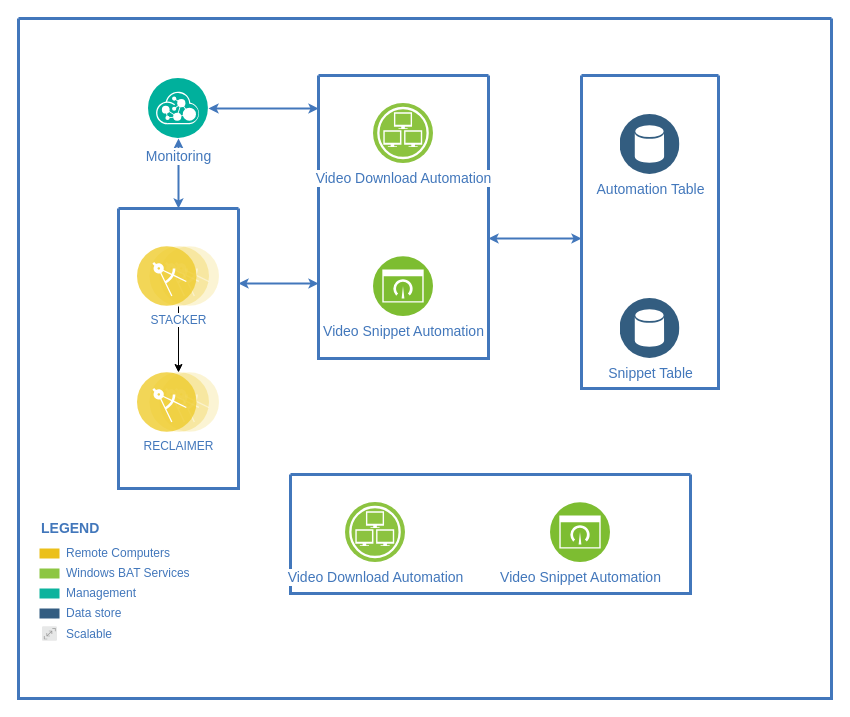
This is dotnetix_architecture.drawio from Raptor-Tech/Diagram, a draw.io file, before an edit. Source tidied: cells renumbered, new cells numbered last; positions are measured from the earlier drawing's top-left corner, leaving out a move shared by most shapes. Both pictures are drawn from the tidied source at 100%, with x=0, y=0 at pixel (18, 18).
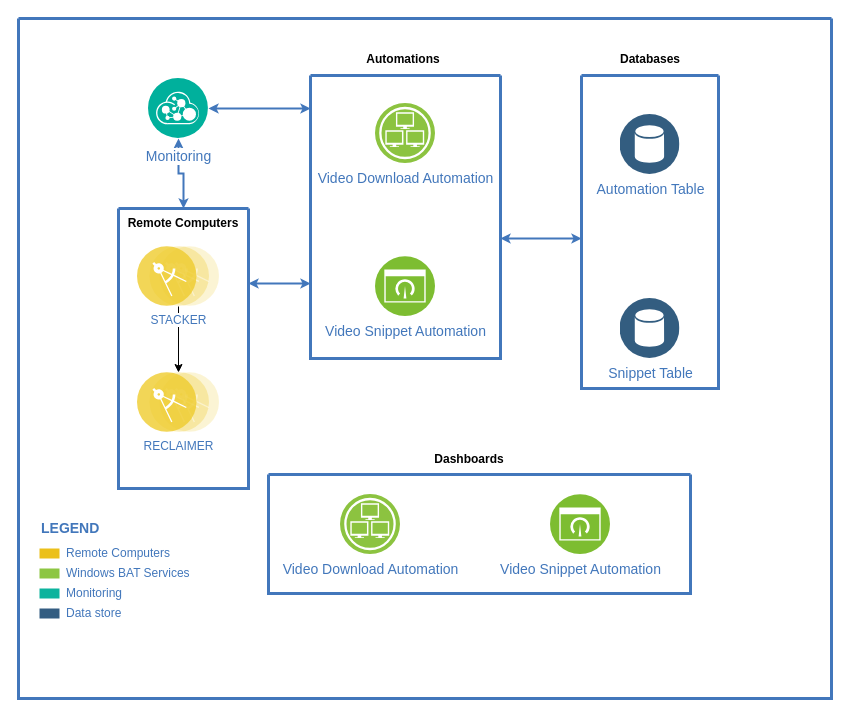
After the change.

Unchanged cells that the change refers to:
```xml
<mxCell id="2" style="swimlane;shadow=0;strokeColor=#4277BB;fillColor=#ffffff;fontColor=#4277BB;align=right;startSize=0;strokeWidth=3;" parent="1" vertex="1">
  <mxGeometry width="813" height="680" as="geometry" />
</mxCell>
```

The edit, as a diff of the source:
```diff
@@
-    <mxCell id="9" value="Management" style="rounded=0;html=1;shadow=0;labelBackgroundColor=none;strokeColor=none;strokeWidth=2;fillColor=#0DB39D;gradientColor=none;fontSize=12;fontColor=#4277BB;align=left;labelPosition=right;verticalLabelPosition=middle;verticalAlign=middle;spacingLeft=5;" parent="2" vertex="1">
+    <mxCell id="9" value="Monitoring" style="rounded=0;html=1;shadow=0;labelBackgroundColor=none;strokeColor=none;strokeWidth=2;fillColor=#0DB39D;gradientColor=none;fontSize=12;fontColor=#4277BB;align=left;labelPosition=right;verticalLabelPosition=middle;verticalAlign=middle;spacingLeft=5;" parent="2" vertex="1">
       <mxGeometry x="21" y="570" width="20" height="10" as="geometry" />
     </mxCell>
@@
     <mxCell id="13" style="swimlane;shadow=0;strokeColor=#4277BB;fillColor=#ffffff;fontColor=#4277BB;align=right;startSize=0;strokeWidth=3;" parent="2" vertex="1">
-      <mxGeometry x="100" y="190" width="120" height="280" as="geometry" />
+      <mxGeometry x="100" y="190" width="130" height="280" as="geometry" />
     </mxCell>
@@
+    <mxCell id="27" value="&lt;b&gt;Remote Computers&lt;/b&gt;" style="text;strokeColor=none;align=center;fillColor=none;html=1;verticalAlign=middle;whiteSpace=wrap;rounded=0;" parent="13" vertex="1">
+      <mxGeometry x="-14" width="158" height="30" as="geometry" />
+    </mxCell>
     <mxCell id="17" style="swimlane;shadow=0;strokeColor=#4277BB;fillColor=#ffffff;fontColor=#4277BB;align=right;startSize=0;strokeWidth=3;" parent="2" vertex="1">
-      <mxGeometry x="300" y="57" width="170" height="283" as="geometry" />
+      <mxGeometry x="292" y="57" width="190" height="283" as="geometry" />
     </mxCell>
     <mxCell id="18" value="Video Download Automation" style="perimeter=ellipsePerimeter;html=1;align=center;shadow=0;dashed=0;image;image=img/lib/ibm/infrastructure/infrastructure_services.svg;rounded=1;labelBackgroundColor=#ffffff;strokeColor=#666666;strokeWidth=3;fillColor=#C2952D;gradientColor=none;fontSize=14;fontColor=#4277BB;" parent="17" vertex="1">
-      <mxGeometry x="55" y="28" width="60" height="60" as="geometry" />
+      <mxGeometry x="65" y="28" width="60" height="60" as="geometry" />
     </mxCell>
     <mxCell id="19" value="Video Snippet Automation" style="perimeter=ellipsePerimeter;html=1;align=center;shadow=0;dashed=0;image;image=img/lib/ibm/infrastructure/dashboard.svg;rounded=1;labelBackgroundColor=#ffffff;strokeColor=#666666;strokeWidth=3;fillColor=#C2952D;gradientColor=none;fontSize=14;fontColor=#4277BB;" parent="17" vertex="1">
-      <mxGeometry x="55" y="181" width="60" height="60" as="geometry" />
+      <mxGeometry x="65" y="181" width="60" height="60" as="geometry" />
     </mxCell>
@@
-    <mxCell id="23" value="Scalable" style="perimeter=ellipsePerimeter;html=1;align=left;shadow=0;image;image=img/lib/ibm/miscellaneous/scalable.svg;rounded=0;labelBackgroundColor=none;strokeColor=none;strokeWidth=2;fillColor=#335D81;gradientColor=none;fontSize=12;fontColor=#4277BB;verticalAlign=middle;spacingLeft=7;labelPosition=right;verticalLabelPosition=middle;" parent="2" vertex="1">
-      <mxGeometry x="24" y="608" width="15" height="15" as="geometry" />
-    </mxCell>
     <mxCell id="24" style="swimlane;shadow=0;strokeColor=#4277BB;fillColor=#ffffff;fontColor=#4277BB;align=right;startSize=0;strokeWidth=3;" parent="2" vertex="1">
-      <mxGeometry x="272" y="456" width="400" height="119" as="geometry" />
+      <mxGeometry x="250" y="456" width="422" height="119" as="geometry" />
     </mxCell>
     <mxCell id="25" value="Video Download Automation" style="perimeter=ellipsePerimeter;html=1;align=center;shadow=0;dashed=0;image;image=img/lib/ibm/infrastructure/infrastructure_services.svg;rounded=1;labelBackgroundColor=#ffffff;strokeColor=#666666;strokeWidth=3;fillColor=#C2952D;gradientColor=none;fontSize=14;fontColor=#4277BB;" parent="24" vertex="1">
-      <mxGeometry x="55" y="28" width="60" height="60" as="geometry" />
+      <mxGeometry x="72" y="20" width="60" height="60" as="geometry" />
     </mxCell>
     <mxCell id="26" value="Video Snippet Automation" style="perimeter=ellipsePerimeter;html=1;align=center;shadow=0;dashed=0;image;image=img/lib/ibm/infrastructure/dashboard.svg;rounded=1;labelBackgroundColor=#ffffff;strokeColor=#666666;strokeWidth=3;fillColor=#C2952D;gradientColor=none;fontSize=14;fontColor=#4277BB;" parent="24" vertex="1">
-      <mxGeometry x="260" y="28" width="60" height="60" as="geometry" />
+      <mxGeometry x="282" y="20" width="60" height="60" as="geometry" />
     </mxCell>
+    <mxCell id="28" value="&lt;b&gt;Dashboards&lt;/b&gt;" style="text;strokeColor=none;align=center;fillColor=none;html=1;verticalAlign=middle;whiteSpace=wrap;rounded=0;" parent="2" vertex="1">
+      <mxGeometry x="372" y="426" width="158" height="30" as="geometry" />
+    </mxCell>
+    <mxCell id="29" value="&lt;b&gt;Automations&lt;/b&gt;" style="text;strokeColor=none;align=center;fillColor=none;html=1;verticalAlign=middle;whiteSpace=wrap;rounded=0;" parent="2" vertex="1">
+      <mxGeometry x="306" y="26" width="158" height="30" as="geometry" />
+    </mxCell>
+    <mxCell id="30" value="&lt;b&gt;Databases&lt;/b&gt;" style="text;strokeColor=none;align=center;fillColor=none;html=1;verticalAlign=middle;whiteSpace=wrap;rounded=0;" parent="2" vertex="1">
+      <mxGeometry x="552.5" y="26" width="158" height="30" as="geometry" />
+    </mxCell>
```
